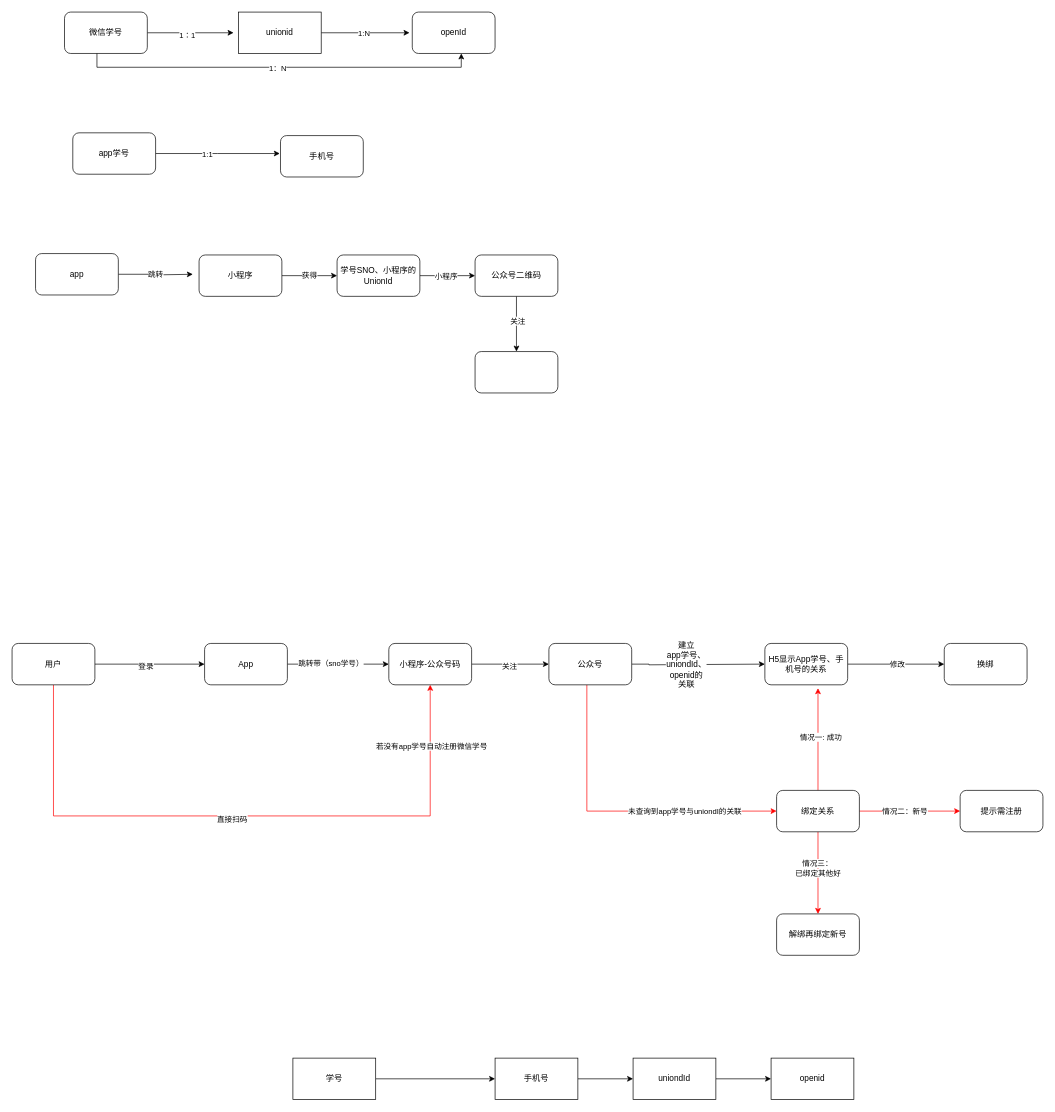
Above: 扩展学习流程图/微信公众号消息提醒.drawio in YYB1024/myRemoteRepo (draw.io), before the change. Source tidied: cells renumbered, new cells numbered last; positions are measured from the earlier drawing's top-left corner, leaving out a move shared by most shapes. Both pictures are drawn from the tidied source at 69%, with x=0, y=0 at pixel (12, 12).
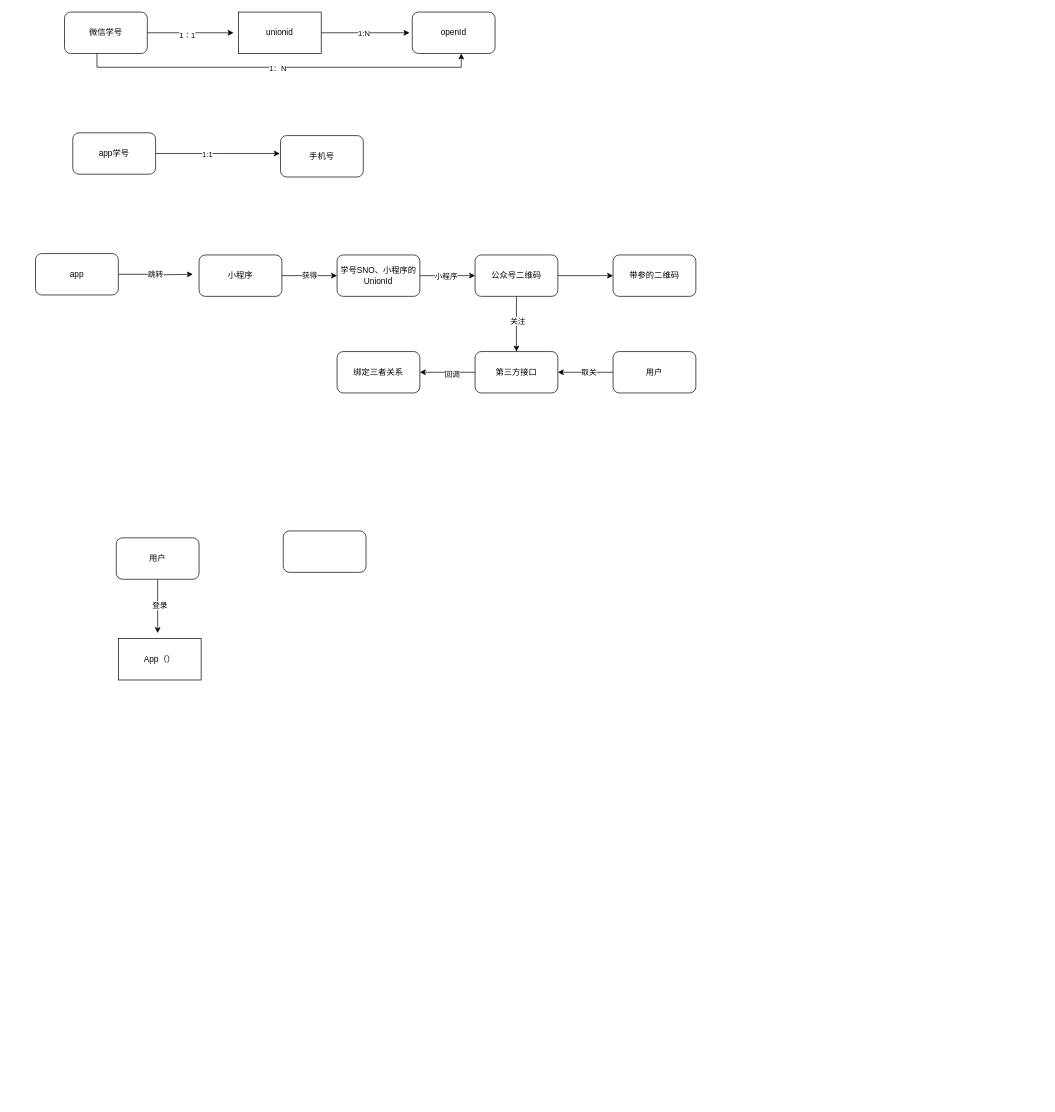
The same page after the edit.

Commit message:
更新微信公众号消息提醒.drawio

Unchanged cells that the change refers to:
```xml
<mxCell id="11" value="公众号二维码" style="whiteSpace=wrap;html=1;rounded=1;" parent="1" vertex="1">
  <mxGeometry x="671" y="352" width="120" height="60" as="geometry" />
</mxCell>
```

Diff of the diagram source:
```diff
@@
+    <mxCell id="63" style="edgeStyle=orthogonalEdgeStyle;rounded=0;jettySize=auto;html=1;" parent="1" edge="1" source="11" target="70">
+      <mxGeometry relative="1" as="geometry" />
+    </mxCell>
@@
+    <mxCell id="64" style="edgeStyle=orthogonalEdgeStyle;rounded=0;jettySize=auto;html=1;" parent="1" edge="1" source="12" target="69">
+      <mxGeometry relative="1" as="geometry" />
+    </mxCell>
+    <mxCell id="65" value="回调" style="edgeLabel;html=1;align=center;verticalAlign=middle;" parent="64" vertex="1">
+      <mxGeometry x="-0.15" y="2" relative="1" as="geometry" />
+    </mxCell>
-    <mxCell id="12" style="whiteSpace=wrap;html=1;rounded=1;" parent="1" vertex="1">
+    <mxCell id="12" value="第三方接口" style="whiteSpace=wrap;html=1;rounded=1;" parent="1" vertex="1">
       <mxGeometry x="671" y="492" width="120" height="60" as="geometry" />
     </mxCell>
@@
-    <mxCell id="26" style="edgeStyle=orthogonalEdgeStyle;rounded=0;jettySize=auto;html=1;entryX=0;entryY=0.5;entryDx=0;entryDy=0;" parent="1" edge="1" source="31" target="34">
-      <mxGeometry relative="1" as="geometry" />
-    </mxCell>
+    <mxCell id="66" style="edgeStyle=orthogonalEdgeStyle;rounded=0;jettySize=auto;html=1;entryX=1;entryY=0.5;entryDx=0;entryDy=0;" parent="1" edge="1" source="68" target="12">
+      <mxGeometry relative="1" as="geometry" />
+    </mxCell>
+    <mxCell id="67" value="取关" style="edgeLabel;html=1;align=center;verticalAlign=middle;" parent="66" vertex="1">
+      <mxGeometry x="-0.1" y="-1" relative="1" as="geometry" />
+    </mxCell>
+    <mxCell id="68" value="用户" style="whiteSpace=wrap;html=1;rounded=1;" parent="1" vertex="1">
+      <mxGeometry x="871" y="492" width="120" height="60" as="geometry" />
+    </mxCell>
+    <mxCell id="69" value="绑定三者关系" style="whiteSpace=wrap;html=1;rounded=1;" parent="1" vertex="1">
+      <mxGeometry x="471" y="492" width="120" height="60" as="geometry" />
+    </mxCell>
+    <mxCell id="70" value="带参的二维码" style="whiteSpace=wrap;html=1;rounded=1;" parent="1" vertex="1">
+      <mxGeometry x="871" y="352" width="120" height="60" as="geometry" />
+    </mxCell>
+    <mxCell id="71" style="edgeStyle=orthogonalEdgeStyle;rounded=0;jettySize=auto;html=1;" parent="1" edge="1" source="31">
+      <mxGeometry relative="1" as="geometry">
+        <mxPoint x="211" y="900" as="targetPoint" />
+      </mxGeometry>
+    </mxCell>
-    <mxCell id="27" value="登录" style="edgeLabel;html=1;align=center;verticalAlign=middle;" parent="26" vertex="1">
-      <mxGeometry x="-0.08" y="-2" relative="1" as="geometry">
-        <mxPoint y="1" as="offset" />
-      </mxGeometry>
+    <mxCell id="27" value="登录" style="edgeLabel;html=1;align=center;verticalAlign=middle;" parent="71" vertex="1">
+      <mxGeometry x="-0.06" y="2" relative="1" as="geometry" />
     </mxCell>
-    <mxCell id="28" style="edgeStyle=orthogonalEdgeStyle;rounded=0;jettySize=auto;html=1;entryX=0.5;entryY=1;entryDx=0;entryDy=0;fillColor=#FF8000;strokeColor=#FF0000;" parent="1" edge="1" source="31" target="42">
-      <mxGeometry relative="1" as="geometry">
-        <Array as="points">
-          <mxPoint x="60" y="1165" />
-          <mxPoint x="606" y="1165" />
-        </Array>
-      </mxGeometry>
-    </mxCell>
-    <mxCell id="29" value="直接扫码" style="edgeLabel;html=1;align=center;verticalAlign=middle;" parent="28" vertex="1">
-      <mxGeometry x="-0.03" y="-4" relative="1" as="geometry">
-        <mxPoint x="-1" as="offset" />
-      </mxGeometry>
-    </mxCell>
-    <mxCell id="30" value="若没有app学号自动注册微信学号" style="edgeLabel;html=1;align=center;verticalAlign=middle;" parent="28" vertex="1">
-      <mxGeometry x="0.81" y="-1" relative="1" as="geometry" />
-    </mxCell>
     <mxCell id="31" value="用户" style="rounded=1;whiteSpace=wrap;html=1;" parent="1" vertex="1">
-      <mxGeometry y="915" width="120" height="60" as="geometry" />
+      <mxGeometry x="151" y="762" width="120" height="60" as="geometry" />
     </mxCell>
-    <mxCell id="32" style="edgeStyle=orthogonalEdgeStyle;rounded=0;jettySize=auto;html=1;" parent="1" edge="1" source="34" target="42">
-      <mxGeometry relative="1" as="geometry" />
-    </mxCell>
-    <mxCell id="33" value="跳转带（sno学号）" style="edgeLabel;html=1;align=center;verticalAlign=middle;" parent="32" vertex="1">
-      <mxGeometry x="-0.16" y="3" relative="1" as="geometry">
-        <mxPoint y="1" as="offset" />
-      </mxGeometry>
-    </mxCell>
-    <mxCell id="34" value="App" style="rounded=1;whiteSpace=wrap;html=1;" parent="1" vertex="1">
-      <mxGeometry x="279" y="915" width="120" height="60" as="geometry" />
-    </mxCell>
-    <mxCell id="35" style="edgeStyle=orthogonalEdgeStyle;rounded=0;jettySize=auto;html=1;entryX=0;entryY=0.5;entryDx=0;entryDy=0;" parent="1" edge="1" source="39" target="45">
-      <mxGeometry relative="1" as="geometry">
-        <Array as="points">
-          <mxPoint x="923" y="945" />
-          <mxPoint x="923" y="946" />
-        </Array>
-      </mxGeometry>
-    </mxCell>
-    <mxCell id="36" value="&lt;span style=&quot;font-size: 12px; text-wrap: wrap;&quot;&gt;建立&lt;br&gt;app学号、&lt;br&gt;uniondId、&lt;br&gt;openid的关联&lt;/span&gt;" style="edgeLabel;html=1;align=center;verticalAlign=middle;" parent="35" vertex="1">
-      <mxGeometry x="-0.18" relative="1" as="geometry" />
-    </mxCell>
-    <mxCell id="37" style="edgeStyle=orthogonalEdgeStyle;rounded=0;jettySize=auto;html=1;entryX=0;entryY=0.5;entryDx=0;entryDy=0;strokeColor=#FF0000;" parent="1" edge="1" source="39" target="53">
-      <mxGeometry relative="1" as="geometry">
-        <Array as="points">
-          <mxPoint x="833" y="1158" />
-        </Array>
-      </mxGeometry>
-    </mxCell>
-    <mxCell id="38" value="未查询到app学号与uniondI的关联" style="edgeLabel;html=1;align=center;verticalAlign=middle;" parent="37" vertex="1">
-      <mxGeometry x="0.23" y="1" relative="1" as="geometry">
-        <mxPoint x="42" y="1" as="offset" />
-      </mxGeometry>
-    </mxCell>
-    <mxCell id="39" value="公众号" style="rounded=1;whiteSpace=wrap;html=1;" parent="1" vertex="1">
-      <mxGeometry x="778" y="915" width="120" height="60" as="geometry" />
-    </mxCell>
-    <mxCell id="40" style="edgeStyle=orthogonalEdgeStyle;rounded=0;jettySize=auto;html=1;" parent="1" edge="1" source="42" target="39">
-      <mxGeometry relative="1" as="geometry" />
-    </mxCell>
-    <mxCell id="41" value="关注" style="edgeLabel;html=1;align=center;verticalAlign=middle;" parent="40" vertex="1">
-      <mxGeometry x="-0.04" y="-1" relative="1" as="geometry">
-        <mxPoint y="1" as="offset" />
-      </mxGeometry>
-    </mxCell>
-    <mxCell id="42" value="小程序-公众号码" style="rounded=1;whiteSpace=wrap;html=1;" parent="1" vertex="1">
-      <mxGeometry x="546" y="915" width="120" height="60" as="geometry" />
-    </mxCell>
-    <mxCell id="43" style="edgeStyle=orthogonalEdgeStyle;rounded=0;jettySize=auto;html=1;" parent="1" edge="1" source="45" target="46">
-      <mxGeometry relative="1" as="geometry" />
-    </mxCell>
-    <mxCell id="44" value="修改" style="edgeLabel;html=1;align=center;verticalAlign=middle;" parent="43" vertex="1">
-      <mxGeometry x="0.02" y="1" relative="1" as="geometry" />
-    </mxCell>
-    <mxCell id="45" value="H5显示App学号、手机号的关系" style="whiteSpace=wrap;html=1;rounded=1;" parent="1" vertex="1">
-      <mxGeometry x="1091" y="915" width="120" height="60" as="geometry" />
-    </mxCell>
-    <mxCell id="46" value="换绑" style="whiteSpace=wrap;html=1;rounded=1;" parent="1" vertex="1">
-      <mxGeometry x="1351" y="915" width="120" height="60" as="geometry" />
-    </mxCell>
-    <mxCell id="47" style="edgeStyle=orthogonalEdgeStyle;rounded=0;jettySize=auto;html=1;strokeColor=#FF0000;" parent="1" edge="1" source="53">
-      <mxGeometry relative="1" as="geometry">
-        <mxPoint x="1168" y="979.9" as="targetPoint" />
-      </mxGeometry>
-    </mxCell>
-    <mxCell id="48" value="情况一: 成功" style="edgeLabel;html=1;align=center;verticalAlign=middle;" parent="47" vertex="1">
-      <mxGeometry x="0.04" y="-3" relative="1" as="geometry">
-        <mxPoint y="-1" as="offset" />
-      </mxGeometry>
-    </mxCell>
-    <mxCell id="49" style="edgeStyle=orthogonalEdgeStyle;rounded=0;jettySize=auto;html=1;strokeColor=#FF0000;" parent="1" edge="1" source="53" target="54">
-      <mxGeometry relative="1" as="geometry" />
-    </mxCell>
-    <mxCell id="50" value="情况二：新号" style="edgeLabel;html=1;align=center;verticalAlign=middle;" parent="49" vertex="1">
-      <mxGeometry x="-0.09" relative="1" as="geometry">
-        <mxPoint x="-1" as="offset" />
-      </mxGeometry>
-    </mxCell>
-    <mxCell id="51" value="已绑定其他好" style="edgeStyle=orthogonalEdgeStyle;rounded=0;jettySize=auto;html=1;strokeColor=#FF0000;" parent="1" edge="1" source="53" target="55">
-      <mxGeometry relative="1" as="geometry" />
-    </mxCell>
-    <mxCell id="52" value="情况三：" style="edgeLabel;html=1;align=center;verticalAlign=middle;" parent="51" vertex="1">
-      <mxGeometry x="-0.25" y="-2" relative="1" as="geometry" />
-    </mxCell>
-    <mxCell id="53" value="绑定关系" style="rounded=1;whiteSpace=wrap;html=1;" parent="1" vertex="1">
-      <mxGeometry x="1108" y="1128" width="120" height="60" as="geometry" />
-    </mxCell>
-    <mxCell id="54" value="提示需注册" style="whiteSpace=wrap;html=1;rounded=1;" parent="1" vertex="1">
-      <mxGeometry x="1374" y="1128" width="120" height="60" as="geometry" />
-    </mxCell>
-    <mxCell id="55" value="解绑再绑定新号" style="whiteSpace=wrap;html=1;rounded=1;" parent="1" vertex="1">
-      <mxGeometry x="1108" y="1307" width="120" height="60" as="geometry" />
-    </mxCell>
-    <mxCell id="56" style="edgeStyle=orthogonalEdgeStyle;rounded=0;jettySize=auto;html=1;" parent="1" edge="1" source="57" target="59">
-      <mxGeometry relative="1" as="geometry" />
-    </mxCell>
-    <mxCell id="57" value="学号" style="whiteSpace=wrap;html=1;" parent="1" vertex="1">
-      <mxGeometry x="407" y="1516" width="120" height="60" as="geometry" />
-    </mxCell>
-    <mxCell id="58" style="edgeStyle=orthogonalEdgeStyle;rounded=0;jettySize=auto;html=1;" parent="1" edge="1" source="59" target="61">
-      <mxGeometry relative="1" as="geometry" />
-    </mxCell>
-    <mxCell id="59" value="手机号" style="whiteSpace=wrap;html=1;" parent="1" vertex="1">
-      <mxGeometry x="700" y="1516" width="120" height="60" as="geometry" />
-    </mxCell>
-    <mxCell id="60" style="edgeStyle=orthogonalEdgeStyle;rounded=0;jettySize=auto;html=1;" parent="1" edge="1" source="61" target="62">
-      <mxGeometry relative="1" as="geometry" />
-    </mxCell>
-    <mxCell id="61" value="uniondId" style="whiteSpace=wrap;html=1;" parent="1" vertex="1">
-      <mxGeometry x="900" y="1516" width="120" height="60" as="geometry" />
-    </mxCell>
-    <mxCell id="62" value="openid" style="whiteSpace=wrap;html=1;" parent="1" vertex="1">
-      <mxGeometry x="1100" y="1516" width="120" height="60" as="geometry" />
-    </mxCell>
+    <mxCell id="72" value="App（）" style="rounded=0;whiteSpace=wrap;html=1;" parent="1" vertex="1">
+      <mxGeometry x="154" y="908" width="120" height="60" as="geometry" />
+    </mxCell>
+    <mxCell id="73" style="rounded=1;whiteSpace=wrap;html=1;" parent="1" vertex="1">
+      <mxGeometry x="393" y="752" width="120" height="60" as="geometry" />
+    </mxCell>
```
